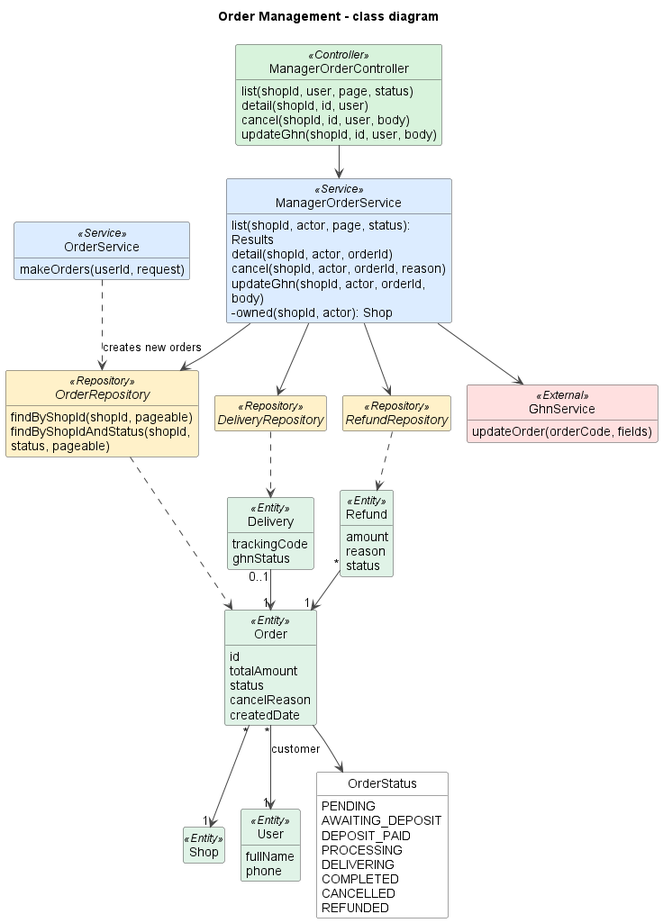
duckpao/FlowerShop_SWP391 keeps this PlantUML diagram as docs/diagrams/02-order-management-class.png. Above is the earlier version.
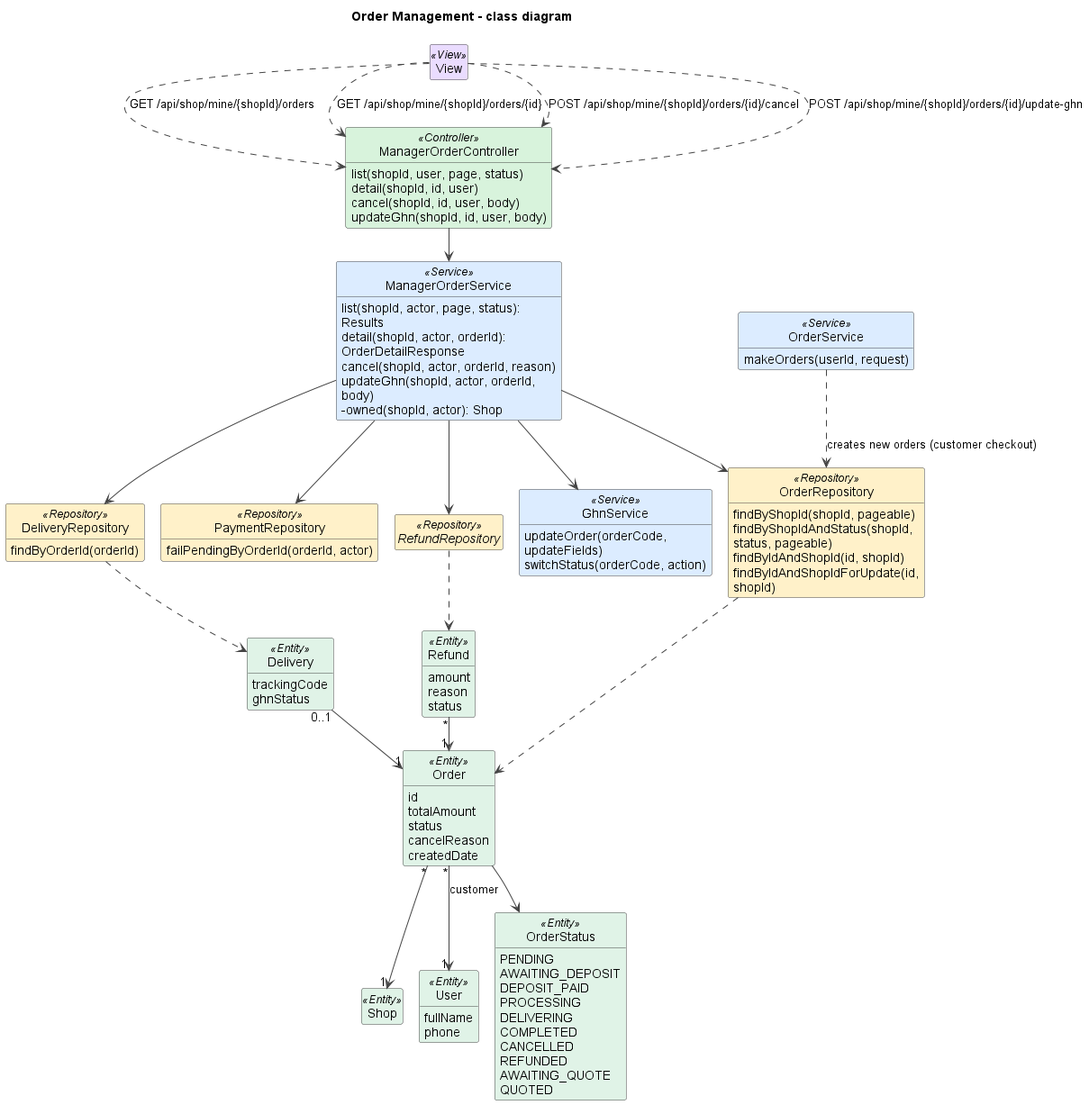
Later version of the same file.

What changed in the source:
```diff
@@ -1,6 +1,6 @@
 @startuml
+title Order Management - class diagram
 !pragma layout smetana
-title Order Management - class diagram
 skinparam shadowing false
 skinparam defaultFontName Arial
 skinparam wrapWidth 240
@@ -16,10 +16,14 @@
   BackgroundColor<<Service>> #DCECFF
   BackgroundColor<<Repository>> #FFF1C9
   BackgroundColor<<Entity>> #E0F3E7
+  BackgroundColor<<DTO>> #FCE7F3
+  BackgroundColor<<Scheduler>> #FFE8CC
   BackgroundColor<<External>> #FFE0E0
 }
 hide empty members
 hide circle
+
+class View <<View>>
 
 class ManagerOrderController <<Controller>> {
   list(shopId, user, page, status)
@@ -29,22 +33,30 @@
 }
 class ManagerOrderService <<Service>> {
   list(shopId, actor, page, status): Results
-  detail(shopId, actor, orderId)
+  detail(shopId, actor, orderId): OrderDetailResponse
   cancel(shopId, actor, orderId, reason)
   updateGhn(shopId, actor, orderId, body)
   -owned(shopId, actor): Shop
 }
-class GhnService <<External>> {
-  updateOrder(orderCode, fields)
+class GhnService <<Service>> {
+  updateOrder(orderCode, updateFields)
+  switchStatus(orderCode, action)
 }
 class OrderService <<Service>> {
   makeOrders(userId, request)
 }
-interface OrderRepository <<Repository>> {
+class OrderRepository <<Repository>> {
   findByShopId(shopId, pageable)
   findByShopIdAndStatus(shopId, status, pageable)
+  findByIdAndShopId(id, shopId)
+  findByIdAndShopIdForUpdate(id, shopId)
 }
-interface DeliveryRepository <<Repository>>
+class DeliveryRepository <<Repository>> {
+  findByOrderId(orderId)
+}
+class PaymentRepository <<Repository>> {
+  failPendingByOrderId(orderId, actor)
+}
 interface RefundRepository <<Repository>>
 class Order <<Entity>> {
   id
@@ -67,7 +79,7 @@
   fullName
   phone
 }
-enum OrderStatus {
+enum OrderStatus <<Entity>> {
   PENDING
   AWAITING_DEPOSIT
   DEPOSIT_PAID
@@ -76,14 +88,21 @@
   COMPLETED
   CANCELLED
   REFUNDED
+  AWAITING_QUOTE
+  QUOTED
 }
 
+View ..> ManagerOrderController : GET /api/shop/mine/{shopId}/orders
+View ..> ManagerOrderController : GET /api/shop/mine/{shopId}/orders/{id}
+View ..> ManagerOrderController : POST /api/shop/mine/{shopId}/orders/{id}/cancel
+View ..> ManagerOrderController : POST /api/shop/mine/{shopId}/orders/{id}/update-ghn
 ManagerOrderController --> ManagerOrderService
 ManagerOrderService --> OrderRepository
 ManagerOrderService --> DeliveryRepository
+ManagerOrderService --> PaymentRepository
 ManagerOrderService --> RefundRepository
 ManagerOrderService --> GhnService
-OrderService ..> OrderRepository : creates new orders
+OrderService ..> OrderRepository : creates new orders (customer checkout)
 OrderRepository ..> Order
 DeliveryRepository ..> Delivery
 RefundRepository ..> Refund
```
